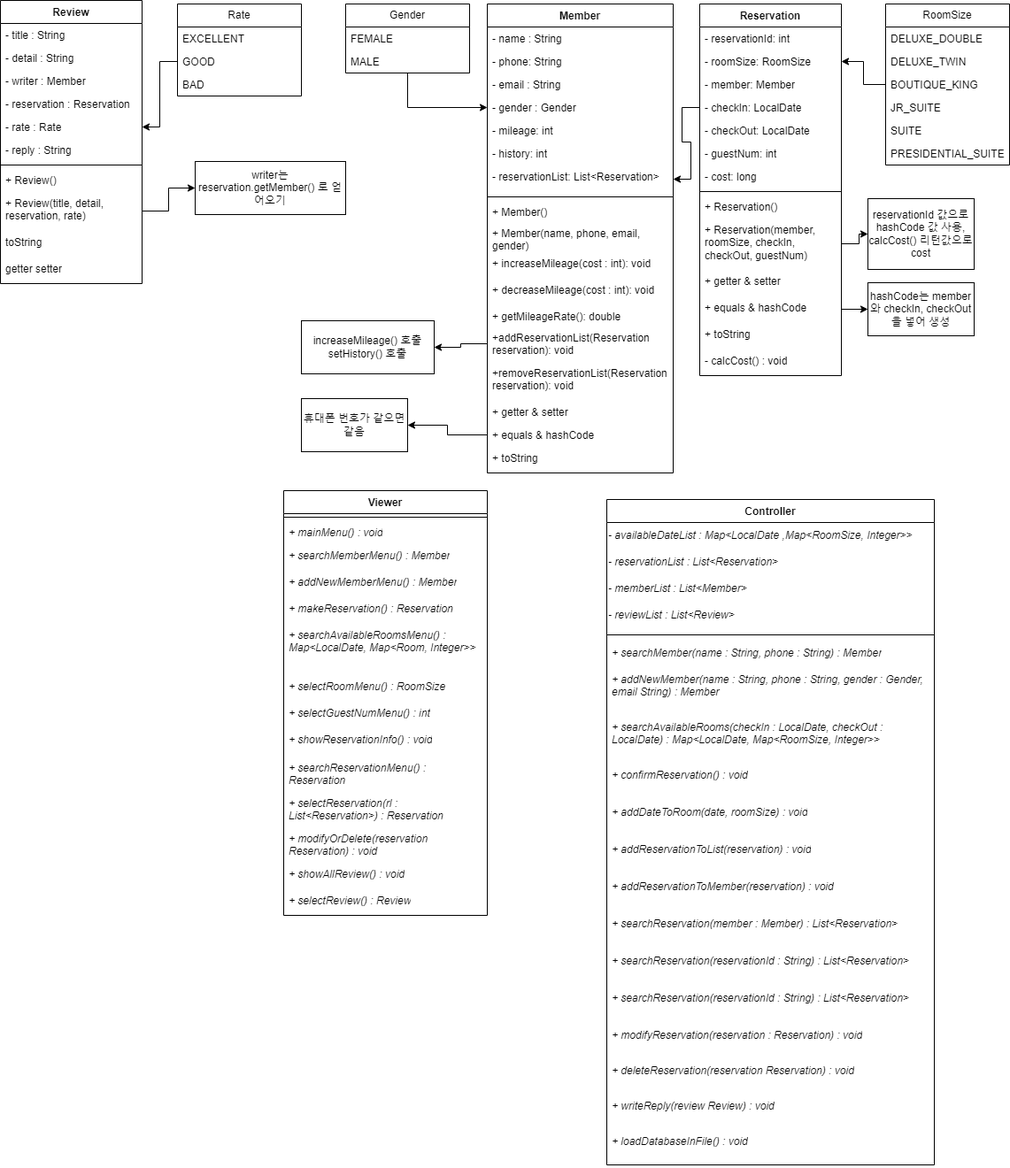
Above: flow chart/클래스 다이어그램.png in zoseonghun/hotel-reservation-program (draw.io), before the change. Source tidied: cells renumbered, new cells last; positions are measured from the earlier drawing's top-left corner, leaving out a move shared by most shapes.
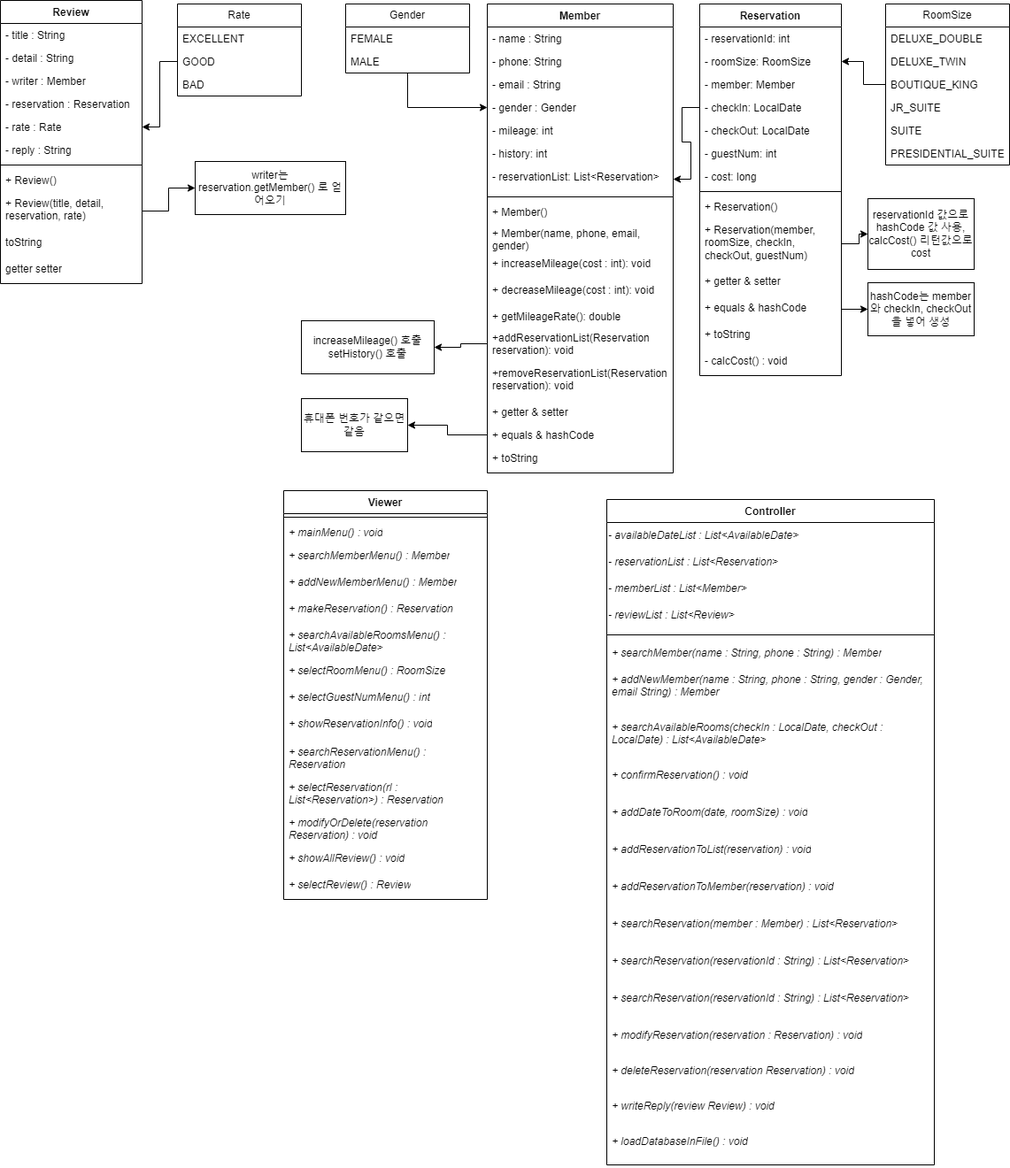
Later version of the same file.

Change to the diagram source:
```diff
@@ -141,7 +141,7 @@
       <mxGeometry y="156" width="140" height="26" as="geometry" />
     </mxCell>
     <mxCell id="48" value="Viewer" style="swimlane;fontStyle=1;align=center;verticalAlign=top;horizontal=1;startSize=26;whiteSpace=wrap;html=1;" parent="1" vertex="1">
-      <mxGeometry x="320" y="554" width="230" height="480" as="geometry" />
+      <mxGeometry x="320" y="554" width="230" height="462" as="geometry" />
     </mxCell>
     <mxCell id="49" style="line;strokeWidth=1;fillColor=none;align=left;verticalAlign=middle;spacingTop=-1;spacingLeft=3;spacingRight=3;labelPosition=right;strokeColor=inherit;" parent="48" vertex="1">
       <mxGeometry y="26" width="230" height="8" as="geometry" />
@@ -158,37 +158,37 @@
     <mxCell id="53" value="&lt;i&gt;+ makeReservation() : Reservation&lt;/i&gt;" style="text;strokeColor=none;fillColor=none;align=left;verticalAlign=top;spacingLeft=4;spacingRight=4;overflow=hidden;whiteSpace=wrap;html=1;" parent="48" vertex="1">
       <mxGeometry y="120" width="230" height="30" as="geometry" />
     </mxCell>
-    <mxCell id="54" value="&lt;i&gt;+ searchAvailableRoomsMenu() : Map&amp;lt;LocalDate, Map&amp;lt;Room, Integer&amp;gt;&amp;gt;&lt;/i&gt;" style="text;strokeColor=none;fillColor=none;align=left;verticalAlign=top;spacingLeft=4;spacingRight=4;overflow=hidden;whiteSpace=wrap;html=1;" parent="48" vertex="1">
-      <mxGeometry y="150" width="230" height="58" as="geometry" />
+    <mxCell id="54" value="&lt;i&gt;+ searchAvailableRoomsMenu() : List&amp;lt;AvailableDate&amp;gt;&lt;/i&gt;" style="text;strokeColor=none;fillColor=none;align=left;verticalAlign=top;spacingLeft=4;spacingRight=4;overflow=hidden;whiteSpace=wrap;html=1;" parent="48" vertex="1">
+      <mxGeometry y="150" width="230" height="40" as="geometry" />
     </mxCell>
     <mxCell id="55" value="&lt;i&gt;+ selectRoomMenu() : RoomSize&lt;/i&gt;" style="text;strokeColor=none;fillColor=none;align=left;verticalAlign=top;spacingLeft=4;spacingRight=4;overflow=hidden;whiteSpace=wrap;html=1;" parent="48" vertex="1">
-      <mxGeometry y="208" width="230" height="30" as="geometry" />
+      <mxGeometry y="190" width="230" height="30" as="geometry" />
     </mxCell>
     <mxCell id="56" value="&lt;i&gt;+ selectGuestNumMenu() : int&lt;/i&gt;" style="text;strokeColor=none;fillColor=none;align=left;verticalAlign=top;spacingLeft=4;spacingRight=4;overflow=hidden;whiteSpace=wrap;html=1;" parent="48" vertex="1">
-      <mxGeometry y="238" width="230" height="30" as="geometry" />
+      <mxGeometry y="220" width="230" height="30" as="geometry" />
     </mxCell>
     <mxCell id="57" value="&lt;i&gt;+ showReservationInfo() : void&lt;/i&gt;" style="text;strokeColor=none;fillColor=none;align=left;verticalAlign=top;spacingLeft=4;spacingRight=4;overflow=hidden;whiteSpace=wrap;html=1;" parent="48" vertex="1">
-      <mxGeometry y="268" width="230" height="32" as="geometry" />
+      <mxGeometry y="250" width="230" height="32" as="geometry" />
     </mxCell>
     <mxCell id="58" value="&lt;i&gt;+ searchReservationMenu() : Reservation&lt;/i&gt;" style="text;strokeColor=none;fillColor=none;align=left;verticalAlign=top;spacingLeft=4;spacingRight=4;overflow=hidden;whiteSpace=wrap;html=1;" parent="48" vertex="1">
-      <mxGeometry y="300" width="230" height="40" as="geometry" />
+      <mxGeometry y="282" width="230" height="40" as="geometry" />
     </mxCell>
     <mxCell id="59" value="&lt;i&gt;+ selectReservation(rl : List&amp;lt;Reservation&amp;gt;) : Reservation&lt;/i&gt;" style="text;strokeColor=none;fillColor=none;align=left;verticalAlign=top;spacingLeft=4;spacingRight=4;overflow=hidden;whiteSpace=wrap;html=1;" parent="48" vertex="1">
-      <mxGeometry y="340" width="230" height="40" as="geometry" />
+      <mxGeometry y="322" width="230" height="40" as="geometry" />
     </mxCell>
     <mxCell id="60" value="&lt;i&gt;+ modifyOrDelete(reservation Reservation) : void&lt;/i&gt;" style="text;strokeColor=none;fillColor=none;align=left;verticalAlign=top;spacingLeft=4;spacingRight=4;overflow=hidden;whiteSpace=wrap;html=1;" parent="48" vertex="1">
-      <mxGeometry y="380" width="230" height="40" as="geometry" />
+      <mxGeometry y="362" width="230" height="40" as="geometry" />
     </mxCell>
     <mxCell id="61" value="&lt;i&gt;+ showAllReview() : void&lt;/i&gt;" style="text;strokeColor=none;fillColor=none;align=left;verticalAlign=top;spacingLeft=4;spacingRight=4;overflow=hidden;whiteSpace=wrap;html=1;" parent="48" vertex="1">
-      <mxGeometry y="420" width="230" height="30" as="geometry" />
+      <mxGeometry y="402" width="230" height="30" as="geometry" />
     </mxCell>
     <mxCell id="62" value="&lt;i&gt;+ selectReview() : Review&lt;/i&gt;" style="text;strokeColor=none;fillColor=none;align=left;verticalAlign=top;spacingLeft=4;spacingRight=4;overflow=hidden;whiteSpace=wrap;html=1;" parent="48" vertex="1">
-      <mxGeometry y="450" width="230" height="30" as="geometry" />
+      <mxGeometry y="432" width="230" height="30" as="geometry" />
     </mxCell>
     <mxCell id="63" value="Controller" style="swimlane;fontStyle=1;align=center;verticalAlign=top;horizontal=1;startSize=26;whiteSpace=wrap;html=1;" parent="1" vertex="1">
       <mxGeometry x="685" y="564" width="370" height="752" as="geometry" />
     </mxCell>
-    <mxCell id="64" value="&lt;i&gt;- availableDateList : Map&amp;lt;LocalDate ,Map&amp;lt;RoomSize, Integer&amp;gt;&amp;gt;&lt;/i&gt;" style="text;html=1;align=left;verticalAlign=middle;strokeColor=none;fillColor=none;" parent="63" vertex="1">
+    <mxCell id="64" value="&lt;i&gt;- availableDateList : List&amp;lt;AvailableDate&amp;gt;&lt;/i&gt;" style="text;html=1;align=left;verticalAlign=middle;strokeColor=none;fillColor=none;" parent="63" vertex="1">
       <mxGeometry y="26" width="370" height="30" as="geometry" />
     </mxCell>
     <mxCell id="65" value="&lt;i&gt;- reservationList : List&amp;lt;Reservation&amp;gt;&lt;/i&gt;" style="text;html=1;align=left;verticalAlign=middle;strokeColor=none;fillColor=none;" parent="63" vertex="1">
@@ -209,7 +209,7 @@
     <mxCell id="70" value="&lt;i&gt;+ addNewMember(name : String, phone : String, gender : Gender, email String) : Member&lt;/i&gt;" style="text;strokeColor=none;fillColor=none;align=left;verticalAlign=top;spacingLeft=4;spacingRight=4;overflow=hidden;whiteSpace=wrap;html=1;" parent="63" vertex="1">
       <mxGeometry y="190" width="370" height="54" as="geometry" />
     </mxCell>
-    <mxCell id="71" value="&lt;i&gt;+ searchAvailableRooms(checkIn : LocalDate, checkOut : LocalDate) : Map&amp;lt;LocalDate, Map&amp;lt;RoomSize, Integer&amp;gt;&amp;gt;&lt;/i&gt;" style="text;strokeColor=none;fillColor=none;align=left;verticalAlign=top;spacingLeft=4;spacingRight=4;overflow=hidden;whiteSpace=wrap;html=1;" parent="63" vertex="1">
+    <mxCell id="71" value="&lt;i&gt;+ searchAvailableRooms(checkIn : LocalDate, checkOut : LocalDate) : List&amp;lt;AvailableDate&amp;gt;&lt;/i&gt;" style="text;strokeColor=none;fillColor=none;align=left;verticalAlign=top;spacingLeft=4;spacingRight=4;overflow=hidden;whiteSpace=wrap;html=1;" parent="63" vertex="1">
       <mxGeometry y="244" width="370" height="54" as="geometry" />
     </mxCell>
     <mxCell id="72" value="&lt;i&gt;+ confirmReservation() : void&lt;/i&gt;" style="text;strokeColor=none;fillColor=none;align=left;verticalAlign=top;spacingLeft=4;spacingRight=4;overflow=hidden;whiteSpace=wrap;html=1;" parent="63" vertex="1">
```
